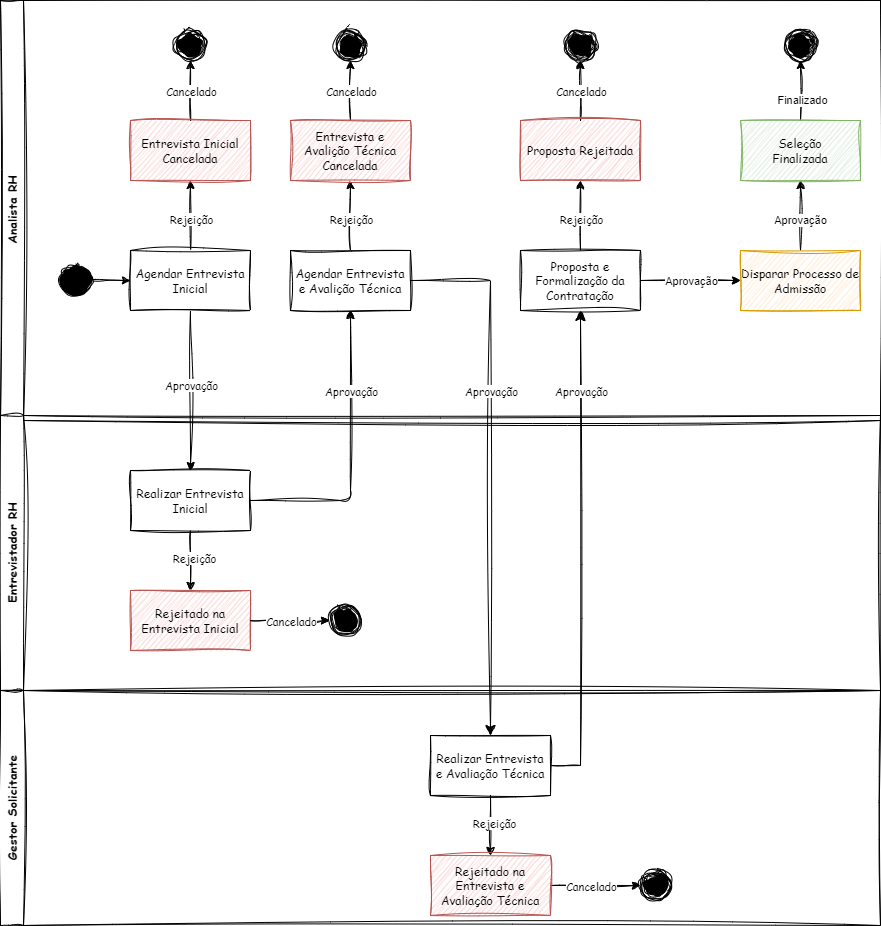
Earlier version of the draw.io export instituto_langchain/busca_sql/docs/selecao.drawio.png (Ro-Goncalves/instituto-langchain). Source tidied: cells renumbered, new cells last; positions are measured from the earlier drawing's top-left corner, leaving out a move shared by most shapes.
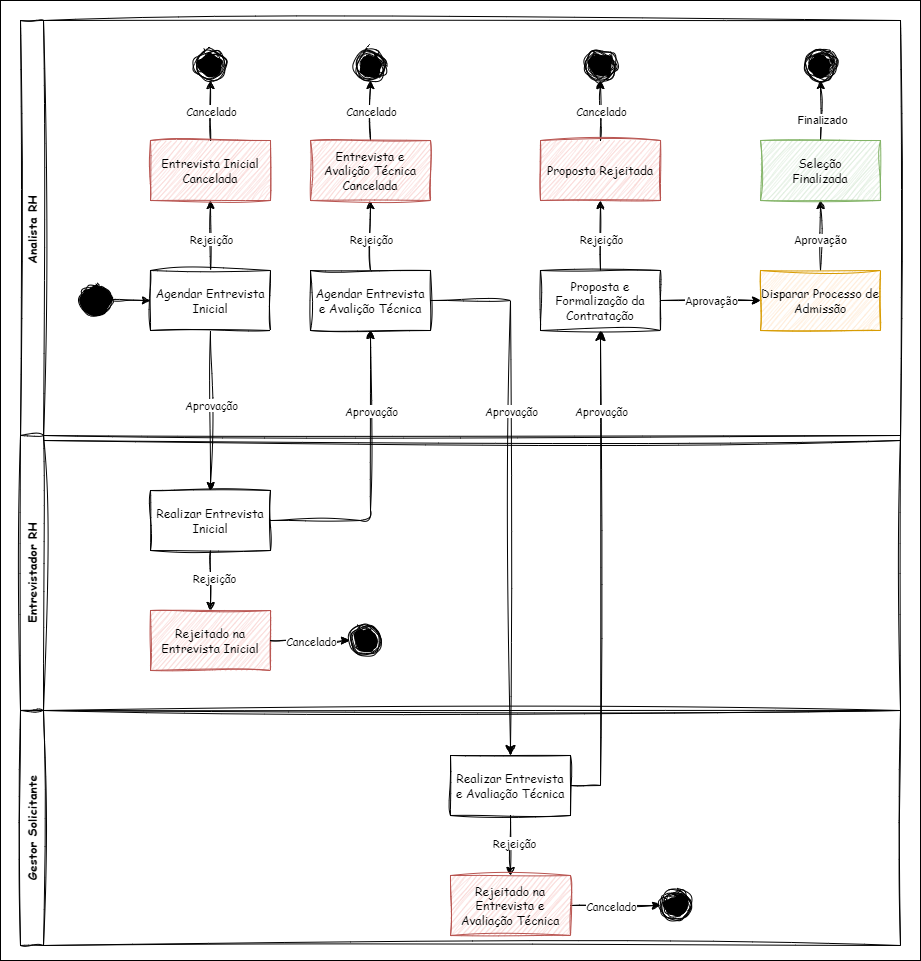
After the commit.

Commit message:
refactor(busca-sql): Adicionar fundo às imagens do processo

Change to the diagram source:
```diff
@@ -2,6 +2,9 @@
   <root>
     <mxCell id="0" />
     <mxCell id="1" parent="0" />
+    <mxCell id="59" style="rounded=0;whiteSpace=wrap;html=1;" parent="1" vertex="1">
+      <mxGeometry x="-20" y="-20" width="920" height="960" as="geometry" />
+    </mxCell>
     <mxCell id="2" value="Analista RH" style="swimlane;horizontal=0;whiteSpace=wrap;html=1;fontFamily=Comic Sans MS;sketch=1;curveFitting=1;jiggle=2;" parent="1" vertex="1">
       <mxGeometry width="880" height="420" as="geometry" />
     </mxCell>
```
